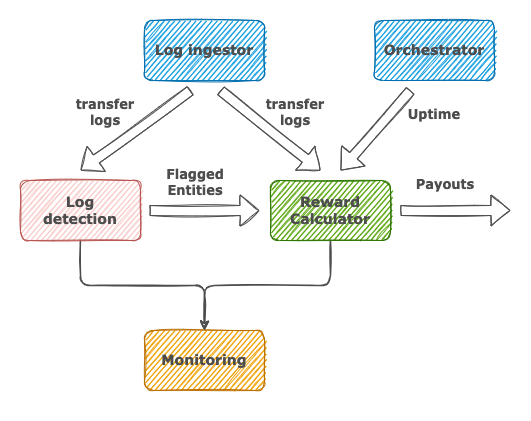
Above: saturn-aliens/reports/images/treasury_diag.drawio.png in protocol/cel-retrieval (draw.io), before the change. Source tidied: cells renumbered, new cells last; positions are measured from the earlier drawing's top-left corner, leaving out a move shared by most shapes.
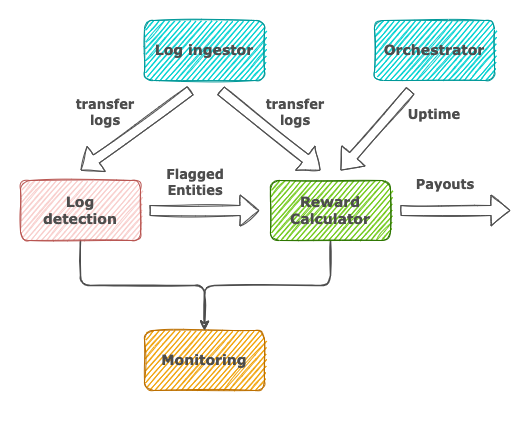
After the change.

What changed in the source:
```diff
@@ -14,7 +14,7 @@
     <mxCell id="5" style="edgeStyle=orthogonalEdgeStyle;rounded=1;jettySize=auto;html=1;exitX=0.5;exitY=1;exitDx=0;exitDy=0;fontFamily=Verdana;fontSize=15;fontColor=#4D4D4D;entryX=0.5;entryY=0;entryDx=0;entryDy=0;strokeWidth=1.5;jumpStyle=none;sketch=1;strokeColor=#4D4D4D;" parent="1" edge="1" source="6" target="3">
       <mxGeometry relative="1" as="geometry" />
     </mxCell>
-    <mxCell id="6" value="&lt;h3&gt;&lt;font face=&quot;Verdana&quot; color=&quot;#4D4D4D&quot;&gt;Reward Calculator&lt;/font&gt;&lt;/h3&gt;" style="rounded=1;whiteSpace=wrap;html=1;shadow=0;sketch=1;glass=0;fillStyle=hachure;fillColor=#60a917;strokeColor=#2D7600;fontColor=#ffffff;" parent="1" vertex="1">
+    <mxCell id="6" value="&lt;h3&gt;&lt;font face=&quot;Verdana&quot; color=&quot;#4D4D4D&quot;&gt;Reward Calculator&lt;/font&gt;&lt;/h3&gt;" style="rounded=1;whiteSpace=wrap;html=1;shadow=0;sketch=1;glass=0;fillStyle=hachure;fillColor=#72C91B;strokeColor=#2D7600;fontColor=#ffffff;" parent="1" vertex="1">
       <mxGeometry x="270" y="180" width="120" height="60" as="geometry" />
     </mxCell>
     <mxCell id="7" style="shape=flexArrow;endArrow=classic;html=1;rounded=1;fontFamily=Verdana;fontColor=#4D4D4D;sketch=1;shadow=0;strokeColor=#4D4D4D;" parent="1" edge="1">
@@ -53,10 +53,10 @@
     <mxCell id="14" value="Flagged Entities" style="text;whiteSpace=wrap;html=1;fontSize=13;fontFamily=Verdana;fontColor=#4D4D4D;fontStyle=1;align=center;" parent="1" vertex="1">
       <mxGeometry x="150" y="160" width="90" height="40" as="geometry" />
     </mxCell>
-    <mxCell id="15" value="&lt;h3&gt;&lt;font face=&quot;Verdana&quot; color=&quot;#4D4D4D&quot;&gt;Log ingestor&lt;/font&gt;&lt;/h3&gt;" style="rounded=1;whiteSpace=wrap;html=1;shadow=0;sketch=1;glass=0;fillStyle=hachure;fillColor=#1ba1e2;strokeColor=#006EAF;fontColor=#ffffff;" parent="1" vertex="1">
+    <mxCell id="15" value="&lt;h3&gt;&lt;font face=&quot;Verdana&quot; color=&quot;#4D4D4D&quot;&gt;Log ingestor&lt;/font&gt;&lt;/h3&gt;" style="rounded=1;whiteSpace=wrap;html=1;shadow=0;sketch=1;glass=0;fillStyle=hachure;fillColor=#00D1D1;strokeColor=#009999;fontColor=#ffffff;" parent="1" vertex="1">
       <mxGeometry x="144" y="20" width="120" height="60" as="geometry" />
     </mxCell>
-    <mxCell id="16" value="&lt;h3&gt;&lt;font face=&quot;Verdana&quot; color=&quot;#4D4D4D&quot;&gt;Orchestrator&lt;/font&gt;&lt;/h3&gt;" style="rounded=1;whiteSpace=wrap;html=1;shadow=0;sketch=1;glass=0;fillStyle=hachure;fillColor=#1ba1e2;strokeColor=#006EAF;fontColor=#ffffff;" parent="1" vertex="1">
+    <mxCell id="16" value="&lt;h3&gt;&lt;font face=&quot;Verdana&quot; color=&quot;#4D4D4D&quot;&gt;Orchestrator&lt;/font&gt;&lt;/h3&gt;" style="rounded=1;whiteSpace=wrap;html=1;shadow=0;sketch=1;glass=0;fillStyle=hachure;fillColor=#00D1D1;strokeColor=#009999;fontColor=#ffffff;" parent="1" vertex="1">
       <mxGeometry x="374" y="20" width="120" height="60" as="geometry" />
     </mxCell>
     <mxCell id="17" value="&lt;div style=&quot;font-size: 13px&quot;&gt;&lt;font style=&quot;font-size: 13px&quot;&gt;Uptime&lt;br&gt;&lt;/font&gt;&lt;/div&gt;" style="text;whiteSpace=wrap;html=1;fontSize=13;fontFamily=Verdana;fontColor=#4D4D4D;fontStyle=1;align=center;" parent="1" vertex="1">
```
